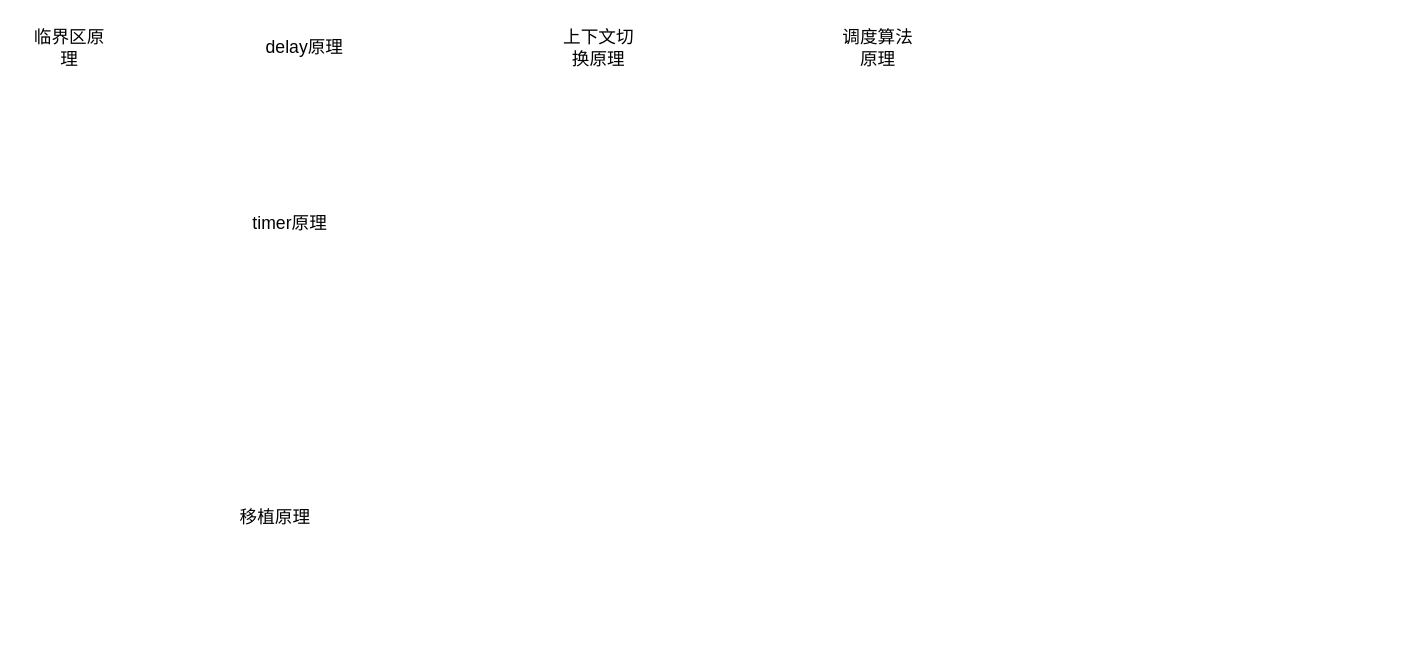
The draw.io diagram page "系统工作原理" (2 of 4) of docs/docs.drawio in dreaminglwj/willingOS, before the edit. Source tidied: cells renumbered, new cells numbered last; positions are measured from the earlier drawing's top-left corner, leaving out a move shared by most shapes. Both pictures are drawn from the tidied source at 147%, with x=0, y=0 at pixel (25, 25).
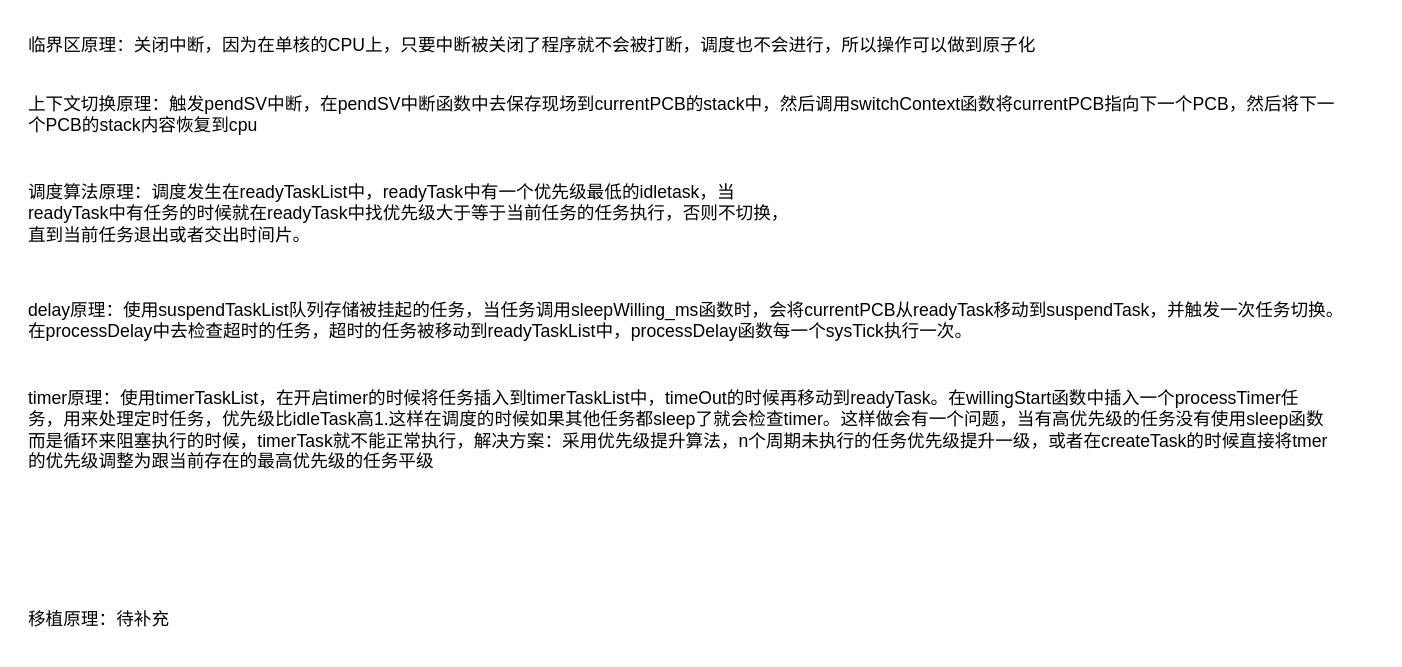
Above is the later version.

Change to the diagram source:
```diff
@@
 <mxGraphModel>
   <root>
     <mxCell id="0" />
     <mxCell id="1" parent="0" />
-    <mxCell id="2" value="临界区原理" style="text;html=1;strokeColor=none;fillColor=none;align=center;verticalAlign=middle;whiteSpace=wrap;rounded=0;" parent="1" vertex="1">
-      <mxGeometry width="60" height="30" as="geometry" />
+    <mxCell id="2" value="临界区原理：关闭中断，因为在单核的CPU上，只要中断被关闭了程序就不会被打断，调度也不会进行，所以操作可以做到原子化" style="text;html=1;strokeColor=none;fillColor=none;align=left;verticalAlign=top;whiteSpace=wrap;rounded=0;" parent="1" vertex="1">
+      <mxGeometry width="790" height="30" as="geometry" />
     </mxCell>
-    <mxCell id="3" value="delay原理" style="text;html=1;strokeColor=none;fillColor=none;align=center;verticalAlign=middle;whiteSpace=wrap;rounded=0;" parent="1" vertex="1">
-      <mxGeometry x="160" width="60" height="30" as="geometry" />
+    <mxCell id="3" value="delay原理：使用suspendTaskList队列存储被挂起的任务，当任务调用sleepWilling_ms函数时，会将currentPCB从readyTask移动到suspendTask，并触发一次任务切换。&lt;br&gt;在processDelay中去检查超时的任务，超时的任务被移动到readyTaskList中，processDelay函数每一个sysTick执行一次。" style="text;html=1;strokeColor=none;fillColor=none;align=left;verticalAlign=top;whiteSpace=wrap;rounded=0;" parent="1" vertex="1">
+      <mxGeometry y="180" width="920" height="30" as="geometry" />
     </mxCell>
-    <mxCell id="4" value="上下文切换原理" style="text;html=1;strokeColor=none;fillColor=none;align=center;verticalAlign=middle;whiteSpace=wrap;rounded=0;" parent="1" vertex="1">
-      <mxGeometry x="360" width="60" height="30" as="geometry" />
+    <mxCell id="4" value="上下文切换原理：触发pendSV中断，在pendSV中断函数中去保存现场到currentPCB的stack中，然后调用switchContext函数将currentPCB指向下一个PCB，然后将下一个PCB的stack内容恢复到cpu" style="text;html=1;strokeColor=none;fillColor=none;align=left;verticalAlign=top;whiteSpace=wrap;rounded=0;" parent="1" vertex="1">
+      <mxGeometry y="40" width="900" height="30" as="geometry" />
     </mxCell>
-    <mxCell id="5" value="调度算法原理" style="text;html=1;strokeColor=none;fillColor=none;align=center;verticalAlign=middle;whiteSpace=wrap;rounded=0;" parent="1" vertex="1">
-      <mxGeometry x="550" width="60" height="30" as="geometry" />
+    <mxCell id="5" value="调度算法原理：调度发生在readyTaskList中，readyTask中有一个优先级最低的idletask，当readyTask中有任务的时候就在readyTask中找优先级大于等于当前任务的任务执行，否则不切换，直到当前任务退出或者交出时间片。" style="text;html=1;strokeColor=none;fillColor=none;align=left;verticalAlign=top;whiteSpace=wrap;rounded=0;" parent="1" vertex="1">
+      <mxGeometry y="100" width="530" height="30" as="geometry" />
     </mxCell>
-    <mxCell id="6" value="timer原理" style="text;html=1;strokeColor=none;fillColor=none;align=center;verticalAlign=middle;whiteSpace=wrap;rounded=0;" parent="1" vertex="1">
-      <mxGeometry x="150" y="120" width="60" height="30" as="geometry" />
+    <mxCell id="6" value="timer原理：使用timerTaskList，在开启timer的时候将任务插入到timerTaskList中，timeOut的时候再移动到readyTask。在willingStart函数中插入一个processTimer任务，用来处理定时任务，优先级比idleTask高1.这样在调度的时候如果其他任务都sleep了就会检查timer。这样做会有一个问题，当有高优先级的任务没有使用sleep函数而是循环来阻塞执行的时候，timerTask就不能正常执行，解决方案：采用优先级提升算法，n个周期未执行的任务优先级提升一级，或者在createTask的时候直接将tmer的优先级调整为跟当前存在的最高优先级的任务平级" style="text;html=1;strokeColor=none;fillColor=none;align=left;verticalAlign=top;whiteSpace=wrap;rounded=0;" parent="1" vertex="1">
+      <mxGeometry y="240" width="890" height="90" as="geometry" />
     </mxCell>
-    <mxCell id="7" value="移植原理" style="text;html=1;strokeColor=none;fillColor=none;align=center;verticalAlign=middle;whiteSpace=wrap;rounded=0;" parent="1" vertex="1">
-      <mxGeometry x="140" y="320" width="60" height="30" as="geometry" />
+    <mxCell id="7" value="移植原理：待补充" style="text;html=1;strokeColor=none;fillColor=none;align=left;verticalAlign=top;whiteSpace=wrap;rounded=0;" parent="1" vertex="1">
+      <mxGeometry y="390" width="160" height="30" as="geometry" />
     </mxCell>
   </root>
 </mxGraphModel>
```
